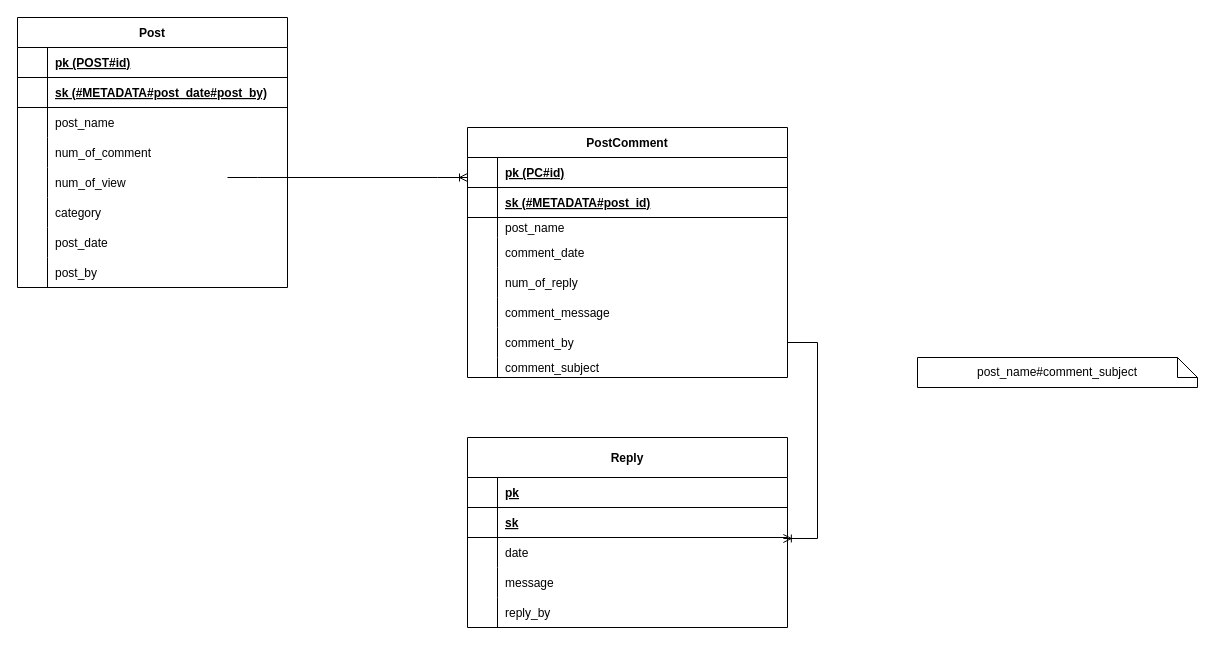
This is learning/1.drawio from semika/design-diagram, a draw.io file, before an edit. Source tidied: cells renumbered, new cells numbered last; positions are measured from the earlier drawing's top-left corner, leaving out a move shared by most shapes. Both pictures are drawn from the tidied source at 100%, with x=0, y=0 at pixel (17, 17).
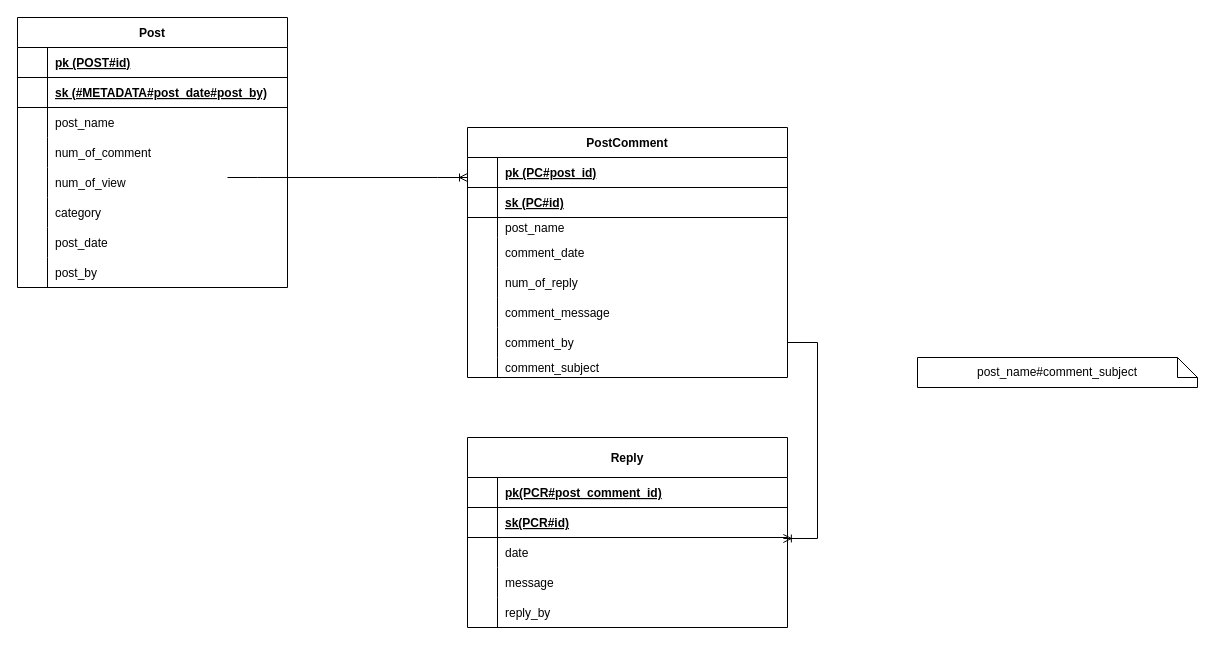
The same page after the edit.

Unchanged cells that the change refers to:
```xml
<mxCell id="28" style="shape=tableRow;horizontal=0;startSize=0;swimlaneHead=0;swimlaneBody=0;fillColor=none;points=[[0,0.5],[1,0.5]];portConstraint=eastwest;top=0;left=0;right=0;bottom=1;" parent="27" vertex="1">
  <mxGeometry y="30" width="320" height="30" as="geometry" />
</mxCell>
<mxCell id="31" style="shape=tableRow;horizontal=0;startSize=0;swimlaneHead=0;swimlaneBody=0;fillColor=none;top=0;left=0;right=0;bottom=1;" parent="27" vertex="1">
  <mxGeometry y="60" width="320" height="30" as="geometry" />
</mxCell>
<mxCell id="53" style="shape=tableRow;horizontal=0;startSize=0;swimlaneHead=0;swimlaneBody=0;fillColor=none;top=0;left=0;right=0;bottom=1;" parent="52" vertex="1">
  <mxGeometry y="40" width="320" height="30" as="geometry" />
</mxCell>
<mxCell id="56" style="shape=tableRow;horizontal=0;startSize=0;swimlaneHead=0;swimlaneBody=0;fillColor=none;top=0;left=0;right=0;bottom=1;" parent="52" vertex="1">
  <mxGeometry y="70" width="320" height="30" as="geometry" />
</mxCell>
```

The edit, as a diff of the source:
```diff
@@
-    <mxCell id="30" value="pk (PC#id)" style="shape=partialRectangle;fillColor=none;top=0;left=0;bottom=0;right=0;align=left;spacingLeft=6;fontStyle=5;overflow=hidden;" parent="28" vertex="1">
+    <mxCell id="30" value="pk (PC#post_id)" style="shape=partialRectangle;fillColor=none;top=0;left=0;bottom=0;right=0;align=left;spacingLeft=6;fontStyle=5;overflow=hidden;" parent="28" vertex="1">
       <mxGeometry x="30" width="290" height="30" as="geometry" />
     </mxCell>
@@
-    <mxCell id="33" value="sk (#METADATA#post_id)" style="shape=partialRectangle;fillColor=none;top=0;left=0;bottom=0;right=0;align=left;spacingLeft=6;fontStyle=5;overflow=hidden;" parent="31" vertex="1">
+    <mxCell id="33" value="sk (PC#id)" style="shape=partialRectangle;fillColor=none;top=0;left=0;bottom=0;right=0;align=left;spacingLeft=6;fontStyle=5;overflow=hidden;" parent="31" vertex="1">
       <mxGeometry x="30" width="290" height="30" as="geometry" />
     </mxCell>
@@
-    <mxCell id="55" value="pk" style="shape=partialRectangle;fillColor=none;top=0;left=0;bottom=0;right=0;align=left;spacingLeft=6;fontStyle=5;overflow=hidden;" parent="53" vertex="1">
+    <mxCell id="55" value="pk(PCR#post_comment_id)" style="shape=partialRectangle;fillColor=none;top=0;left=0;bottom=0;right=0;align=left;spacingLeft=6;fontStyle=5;overflow=hidden;" parent="53" vertex="1">
       <mxGeometry x="30" width="290" height="30" as="geometry" />
     </mxCell>
@@
-    <mxCell id="58" value="sk" style="shape=partialRectangle;fillColor=none;top=0;left=0;bottom=0;right=0;align=left;spacingLeft=6;fontStyle=5;overflow=hidden;" parent="56" vertex="1">
+    <mxCell id="58" value="sk(PCR#id)" style="shape=partialRectangle;fillColor=none;top=0;left=0;bottom=0;right=0;align=left;spacingLeft=6;fontStyle=5;overflow=hidden;" parent="56" vertex="1">
       <mxGeometry x="30" width="290" height="30" as="geometry" />
     </mxCell>
```
